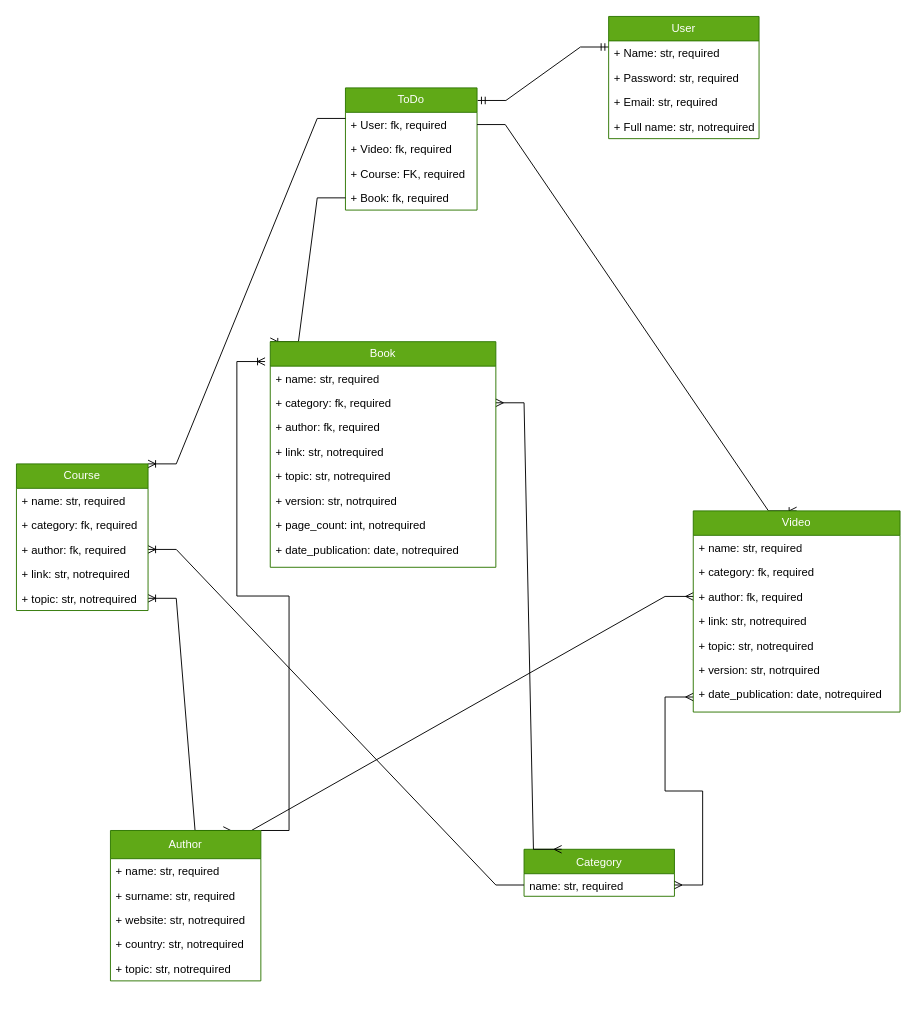
Pawelooo/My-CRM keeps this draw.io diagram as Diagram/DiagramyProject.drawio. Above is the earlier version. Source tidied: cells renumbered, new cells numbered last; positions are measured from the earlier drawing's top-left corner, leaving out a move shared by most shapes. Both pictures are drawn from the tidied source at 94%, with x=0, y=0 at pixel (16, 16).
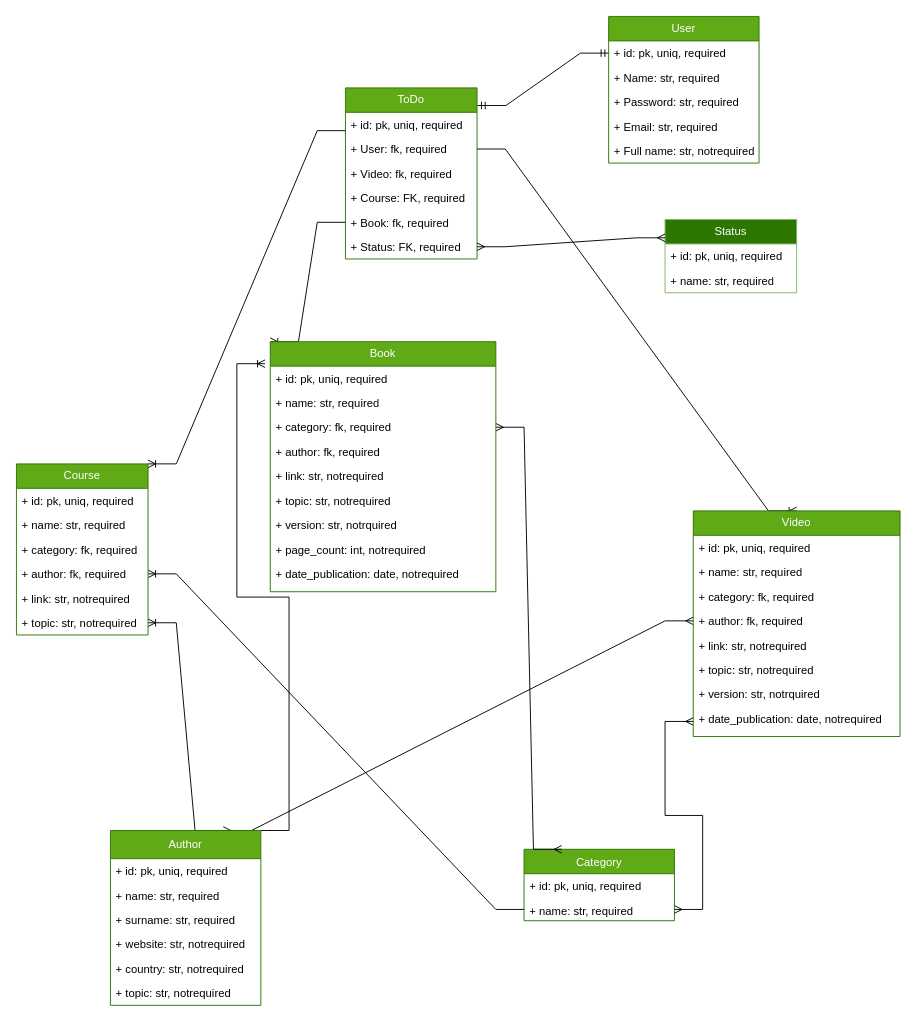
The same diagram, later.

Commit message (it also covers changes not shown here):
#5 business model for domain

Diff of the diagram source:
```diff
@@
     <mxCell id="2" value="Category" style="swimlane;fontStyle=0;align=center;verticalAlign=top;horizontal=1;startSize=26;rounded=0;shadow=0;strokeWidth=1;fillColor=#60a917;fontColor=#ffffff;strokeColor=#2D7600;" parent="1" vertex="1">
-      <mxGeometry x="540" y="886" width="160" height="50" as="geometry" />
+      <mxGeometry x="540" y="886" width="160" height="76" as="geometry" />
     </mxCell>
+    <mxCell id="53" value="+ id: pk, uniq, required" style="text;strokeColor=none;fillColor=none;align=left;verticalAlign=top;spacingLeft=4;spacingRight=4;overflow=hidden;whiteSpace=wrap;html=1;" parent="2" vertex="1">
+      <mxGeometry y="26" width="160" height="26" as="geometry" />
+    </mxCell>
-    <mxCell id="3" value="name: str, required&#10;" style="text;align=left;verticalAlign=top;spacingLeft=4;spacingRight=4;overflow=hidden;points=[[0,0.5],[1,0.5]];portConstraint=eastwest;" parent="2" vertex="1">
-      <mxGeometry y="26" width="160" height="24" as="geometry" />
+    <mxCell id="3" value="+ name: str, required&#10;" style="text;align=left;verticalAlign=top;spacingLeft=4;spacingRight=4;overflow=hidden;points=[[0,0.5],[1,0.5]];portConstraint=eastwest;" parent="2" vertex="1">
+      <mxGeometry y="52" width="160" height="24" as="geometry" />
     </mxCell>
@@
     <mxCell id="10" value="ToDo" style="swimlane;fontStyle=0;horizontal=1;startSize=26;fillColor=#60a917;whiteSpace=wrap;html=1;fontColor=#ffffff;strokeColor=#2D7600;" parent="1" vertex="1">
-      <mxGeometry x="350" y="76" width="140" height="130" as="geometry" />
+      <mxGeometry x="350" y="76" width="140" height="182" as="geometry" />
     </mxCell>
+    <mxCell id="54" value="+ id: pk, uniq, required" style="text;strokeColor=none;fillColor=none;align=left;verticalAlign=top;spacingLeft=4;spacingRight=4;overflow=hidden;whiteSpace=wrap;html=1;" parent="10" vertex="1">
+      <mxGeometry y="26" width="140" height="26" as="geometry" />
+    </mxCell>
     <mxCell id="11" value="+ User: fk, required" style="text;strokeColor=none;fillColor=none;align=left;verticalAlign=top;spacingLeft=4;spacingRight=4;overflow=hidden;points=[[0,0.5],[1,0.5]];portConstraint=eastwest;whiteSpace=wrap;html=1;" parent="10" vertex="1">
-      <mxGeometry y="26" width="140" height="26" as="geometry" />
+      <mxGeometry y="52" width="140" height="26" as="geometry" />
     </mxCell>
     <mxCell id="12" value="+ Video: fk, required" style="text;strokeColor=none;fillColor=none;align=left;verticalAlign=top;spacingLeft=4;spacingRight=4;overflow=hidden;whiteSpace=wrap;html=1;" parent="10" vertex="1">
-      <mxGeometry y="52" width="140" height="26" as="geometry" />
+      <mxGeometry y="78" width="140" height="26" as="geometry" />
     </mxCell>
     <mxCell id="13" value="+ Course: FK, required" style="text;strokeColor=none;fillColor=none;align=left;verticalAlign=top;spacingLeft=4;spacingRight=4;overflow=hidden;whiteSpace=wrap;html=1;" parent="10" vertex="1">
-      <mxGeometry y="78" width="140" height="26" as="geometry" />
+      <mxGeometry y="104" width="140" height="26" as="geometry" />
     </mxCell>
     <mxCell id="14" value="+ Book: fk, required" style="text;strokeColor=none;fillColor=none;align=left;verticalAlign=top;spacingLeft=4;spacingRight=4;overflow=hidden;points=[[0,0.5],[1,0.5]];portConstraint=eastwest;whiteSpace=wrap;html=1;" parent="10" vertex="1">
-      <mxGeometry y="104" width="140" height="26" as="geometry" />
+      <mxGeometry y="130" width="140" height="26" as="geometry" />
     </mxCell>
+    <mxCell id="55" value="+ Status: FK, required" style="text;strokeColor=none;fillColor=none;align=left;verticalAlign=top;spacingLeft=4;spacingRight=4;overflow=hidden;points=[[0,0.5],[1,0.5]];portConstraint=eastwest;whiteSpace=wrap;html=1;" parent="10" vertex="1">
+      <mxGeometry y="156" width="140" height="26" as="geometry" />
+    </mxCell>
@@
     <mxCell id="16" value="User" style="swimlane;fontStyle=0;horizontal=1;startSize=26;fillColor=#60a917;whiteSpace=wrap;html=1;fontColor=#ffffff;strokeColor=#2D7600;" parent="1" vertex="1">
-      <mxGeometry x="630" width="160" height="130" as="geometry" />
+      <mxGeometry x="630" width="160" height="156" as="geometry" />
     </mxCell>
+    <mxCell id="56" value="+ id: pk, uniq, required" style="text;strokeColor=none;fillColor=none;align=left;verticalAlign=top;spacingLeft=4;spacingRight=4;overflow=hidden;whiteSpace=wrap;html=1;" parent="16" vertex="1">
+      <mxGeometry y="26" width="160" height="26" as="geometry" />
+    </mxCell>
     <mxCell id="17" value="+ Name: str, required" style="text;strokeColor=none;fillColor=none;align=left;verticalAlign=top;spacingLeft=4;spacingRight=4;overflow=hidden;whiteSpace=wrap;html=1;" parent="16" vertex="1">
-      <mxGeometry y="26" width="160" height="26" as="geometry" />
+      <mxGeometry y="52" width="160" height="26" as="geometry" />
     </mxCell>
     <mxCell id="18" value="+ Password: str, required" style="text;strokeColor=none;fillColor=none;align=left;verticalAlign=top;spacingLeft=4;spacingRight=4;overflow=hidden;whiteSpace=wrap;html=1;" parent="16" vertex="1">
-      <mxGeometry y="52" width="160" height="26" as="geometry" />
+      <mxGeometry y="78" width="160" height="26" as="geometry" />
     </mxCell>
     <mxCell id="19" value="+ Email: str, required" style="text;strokeColor=none;fillColor=none;align=left;verticalAlign=top;spacingLeft=4;spacingRight=4;overflow=hidden;whiteSpace=wrap;html=1;" parent="16" vertex="1">
-      <mxGeometry y="78" width="160" height="26" as="geometry" />
+      <mxGeometry y="104" width="160" height="26" as="geometry" />
     </mxCell>
     <mxCell id="20" value="+ Full name: str, notrequired" style="text;strokeColor=none;fillColor=none;align=left;verticalAlign=top;spacingLeft=4;spacingRight=4;overflow=hidden;whiteSpace=wrap;html=1;" parent="16" vertex="1">
-      <mxGeometry y="104" width="160" height="26" as="geometry" />
+      <mxGeometry y="130" width="160" height="26" as="geometry" />
     </mxCell>
@@
     <mxCell id="24" value="Course" style="swimlane;fontStyle=0;horizontal=1;startSize=26;fillColor=#60a917;whiteSpace=wrap;html=1;fontColor=#ffffff;strokeColor=#2D7600;" parent="1" vertex="1">
-      <mxGeometry y="476" width="140" height="156" as="geometry" />
+      <mxGeometry y="476" width="140" height="182" as="geometry" />
     </mxCell>
+    <mxCell id="57" value="+ id: pk, uniq, required" style="text;strokeColor=none;fillColor=none;align=left;verticalAlign=top;spacingLeft=4;spacingRight=4;overflow=hidden;whiteSpace=wrap;html=1;" parent="24" vertex="1">
+      <mxGeometry y="26" width="140" height="26" as="geometry" />
+    </mxCell>
     <mxCell id="25" value="+ name: str, required" style="text;strokeColor=none;fillColor=none;align=left;verticalAlign=top;spacingLeft=4;spacingRight=4;overflow=hidden;whiteSpace=wrap;html=1;" parent="24" vertex="1">
-      <mxGeometry y="26" width="140" height="26" as="geometry" />
+      <mxGeometry y="52" width="140" height="26" as="geometry" />
     </mxCell>
     <mxCell id="26" value="+ category: fk, required" style="text;strokeColor=none;fillColor=none;align=left;verticalAlign=top;spacingLeft=4;spacingRight=4;overflow=hidden;whiteSpace=wrap;html=1;" parent="24" vertex="1">
-      <mxGeometry y="52" width="140" height="26" as="geometry" />
+      <mxGeometry y="78" width="140" height="26" as="geometry" />
     </mxCell>
     <mxCell id="27" value="+ author: fk, required" style="text;strokeColor=none;fillColor=none;align=left;verticalAlign=top;spacingLeft=4;spacingRight=4;overflow=hidden;points=[[0,0.5],[1,0.5]];portConstraint=eastwest;whiteSpace=wrap;html=1;" parent="24" vertex="1">
-      <mxGeometry y="78" width="140" height="26" as="geometry" />
+      <mxGeometry y="104" width="140" height="26" as="geometry" />
     </mxCell>
     <mxCell id="28" value="+ link: str, notrequired" style="text;strokeColor=none;fillColor=none;align=left;verticalAlign=top;spacingLeft=4;spacingRight=4;overflow=hidden;whiteSpace=wrap;html=1;" parent="24" vertex="1">
-      <mxGeometry y="104" width="140" height="26" as="geometry" />
+      <mxGeometry y="130" width="140" height="26" as="geometry" />
     </mxCell>
     <mxCell id="29" value="+ topic: str, notrequired" style="text;strokeColor=none;fillColor=none;align=left;verticalAlign=top;spacingLeft=4;spacingRight=4;overflow=hidden;points=[[0,0.5],[1,0.5]];portConstraint=eastwest;whiteSpace=wrap;html=1;" parent="24" vertex="1">
-      <mxGeometry y="130" width="140" height="26" as="geometry" />
+      <mxGeometry y="156" width="140" height="26" as="geometry" />
     </mxCell>
     <mxCell id="30" value="Book" style="swimlane;fontStyle=0;horizontal=1;startSize=26;fillColor=#60a917;whiteSpace=wrap;html=1;fontColor=#ffffff;strokeColor=#2D7600;" parent="1" vertex="1">
-      <mxGeometry x="270" y="346" width="240" height="240" as="geometry" />
+      <mxGeometry x="270" y="346" width="240" height="266" as="geometry" />
     </mxCell>
+    <mxCell id="58" value="+ id: pk, uniq, required" style="text;strokeColor=none;fillColor=none;align=left;verticalAlign=top;spacingLeft=4;spacingRight=4;overflow=hidden;whiteSpace=wrap;html=1;" parent="30" vertex="1">
+      <mxGeometry y="26" width="240" height="26" as="geometry" />
+    </mxCell>
     <mxCell id="31" value="+ name: str, required" style="text;strokeColor=none;fillColor=none;align=left;verticalAlign=top;spacingLeft=4;spacingRight=4;overflow=hidden;whiteSpace=wrap;html=1;" parent="30" vertex="1">
-      <mxGeometry y="26" width="240" height="26" as="geometry" />
+      <mxGeometry y="52" width="240" height="26" as="geometry" />
     </mxCell>
     <mxCell id="32" value="+ category: fk, required" style="text;strokeColor=none;fillColor=none;align=left;verticalAlign=top;spacingLeft=4;spacingRight=4;overflow=hidden;points=[[0,0.5],[1,0.5]];portConstraint=eastwest;whiteSpace=wrap;html=1;" parent="30" vertex="1">
-      <mxGeometry y="52" width="240" height="26" as="geometry" />
+      <mxGeometry y="78" width="240" height="26" as="geometry" />
     </mxCell>
     <mxCell id="33" value="+ author: fk, required" style="text;strokeColor=none;fillColor=none;align=left;verticalAlign=top;spacingLeft=4;spacingRight=4;overflow=hidden;whiteSpace=wrap;html=1;" parent="30" vertex="1">
-      <mxGeometry y="78" width="240" height="26" as="geometry" />
+      <mxGeometry y="104" width="240" height="26" as="geometry" />
     </mxCell>
     <mxCell id="34" value="+ link: str, notrequired" style="text;strokeColor=none;fillColor=none;align=left;verticalAlign=top;spacingLeft=4;spacingRight=4;overflow=hidden;whiteSpace=wrap;html=1;" parent="30" vertex="1">
-      <mxGeometry y="104" width="240" height="26" as="geometry" />
+      <mxGeometry y="130" width="240" height="26" as="geometry" />
     </mxCell>
     <mxCell id="35" value="+ topic: str, notrequired" style="text;strokeColor=none;fillColor=none;align=left;verticalAlign=top;spacingLeft=4;spacingRight=4;overflow=hidden;whiteSpace=wrap;html=1;" parent="30" vertex="1">
-      <mxGeometry y="130" width="240" height="26" as="geometry" />
+      <mxGeometry y="156" width="240" height="26" as="geometry" />
     </mxCell>
     <mxCell id="36" value="+ version: str, notrquired" style="text;strokeColor=none;fillColor=none;align=left;verticalAlign=top;spacingLeft=4;spacingRight=4;overflow=hidden;whiteSpace=wrap;html=1;" parent="30" vertex="1">
-      <mxGeometry y="156" width="240" height="26" as="geometry" />
+      <mxGeometry y="182" width="240" height="26" as="geometry" />
     </mxCell>
     <mxCell id="37" value="+ page_count: int, notrequired" style="text;strokeColor=none;fillColor=none;align=left;verticalAlign=top;spacingLeft=4;spacingRight=4;overflow=hidden;whiteSpace=wrap;html=1;" parent="30" vertex="1">
-      <mxGeometry y="182" width="240" height="26" as="geometry" />
+      <mxGeometry y="208" width="240" height="26" as="geometry" />
     </mxCell>
     <mxCell id="38" value="+ date_publication: date, notrequired" style="text;strokeColor=none;fillColor=none;align=left;verticalAlign=top;spacingLeft=4;spacingRight=4;overflow=hidden;whiteSpace=wrap;html=1;" parent="30" vertex="1">
-      <mxGeometry y="208" width="240" height="32" as="geometry" />
+      <mxGeometry y="234" width="240" height="32" as="geometry" />
     </mxCell>
     <mxCell id="39" value="Video" style="swimlane;fontStyle=0;horizontal=1;startSize=26;fillColor=#60a917;whiteSpace=wrap;html=1;fontColor=#ffffff;strokeColor=#2D7600;" parent="1" vertex="1">
-      <mxGeometry x="720" y="526" width="220" height="214" as="geometry" />
+      <mxGeometry x="720" y="526" width="220" height="240" as="geometry" />
     </mxCell>
+    <mxCell id="59" value="+ id: pk, uniq, required" style="text;strokeColor=none;fillColor=none;align=left;verticalAlign=top;spacingLeft=4;spacingRight=4;overflow=hidden;whiteSpace=wrap;html=1;" parent="39" vertex="1">
+      <mxGeometry y="26" width="220" height="26" as="geometry" />
+    </mxCell>
     <mxCell id="40" value="+ name: str, required" style="text;strokeColor=none;fillColor=none;align=left;verticalAlign=top;spacingLeft=4;spacingRight=4;overflow=hidden;whiteSpace=wrap;html=1;" parent="39" vertex="1">
-      <mxGeometry y="26" width="220" height="26" as="geometry" />
+      <mxGeometry y="52" width="220" height="26" as="geometry" />
     </mxCell>
     <mxCell id="41" value="+ category: fk, required" style="text;strokeColor=none;fillColor=none;align=left;verticalAlign=top;spacingLeft=4;spacingRight=4;overflow=hidden;whiteSpace=wrap;html=1;" parent="39" vertex="1">
-      <mxGeometry y="52" width="220" height="26" as="geometry" />
+      <mxGeometry y="78" width="220" height="26" as="geometry" />
     </mxCell>
     <mxCell id="42" value="+ author: fk, required" style="text;strokeColor=none;fillColor=none;align=left;verticalAlign=top;spacingLeft=4;spacingRight=4;overflow=hidden;points=[[0,0.5],[1,0.5]];portConstraint=eastwest;whiteSpace=wrap;html=1;" parent="39" vertex="1">
-      <mxGeometry y="78" width="220" height="26" as="geometry" />
+      <mxGeometry y="104" width="220" height="26" as="geometry" />
     </mxCell>
     <mxCell id="43" value="+ link: str, notrequired" style="text;strokeColor=none;fillColor=none;align=left;verticalAlign=top;spacingLeft=4;spacingRight=4;overflow=hidden;whiteSpace=wrap;html=1;" parent="39" vertex="1">
-      <mxGeometry y="104" width="220" height="26" as="geometry" />
+      <mxGeometry y="130" width="220" height="26" as="geometry" />
     </mxCell>
     <mxCell id="44" value="+ topic: str, notrequired" style="text;strokeColor=none;fillColor=none;align=left;verticalAlign=top;spacingLeft=4;spacingRight=4;overflow=hidden;whiteSpace=wrap;html=1;" parent="39" vertex="1">
-      <mxGeometry y="130" width="220" height="26" as="geometry" />
+      <mxGeometry y="156" width="220" height="26" as="geometry" />
     </mxCell>
     <mxCell id="45" value="+ version: str, notrquired" style="text;strokeColor=none;fillColor=none;align=left;verticalAlign=top;spacingLeft=4;spacingRight=4;overflow=hidden;whiteSpace=wrap;html=1;" parent="39" vertex="1">
-      <mxGeometry y="156" width="220" height="26" as="geometry" />
+      <mxGeometry y="182" width="220" height="26" as="geometry" />
     </mxCell>
     <mxCell id="46" value="+ date_publication: date, notrequired" style="text;strokeColor=none;fillColor=none;align=left;verticalAlign=top;spacingLeft=4;spacingRight=4;overflow=hidden;points=[[0,0.5],[1,0.5]];portConstraint=eastwest;whiteSpace=wrap;html=1;" parent="39" vertex="1">
-      <mxGeometry y="182" width="220" height="32" as="geometry" />
+      <mxGeometry y="208" width="220" height="32" as="geometry" />
     </mxCell>
     <mxCell id="47" value="Author" style="swimlane;fontStyle=0;horizontal=1;startSize=30;fillColor=#60a917;whiteSpace=wrap;html=1;fontColor=#ffffff;strokeColor=#2D7600;" parent="1" vertex="1">
-      <mxGeometry x="100" y="866" width="160" height="160" as="geometry" />
+      <mxGeometry x="100" y="866" width="160" height="186" as="geometry" />
     </mxCell>
+    <mxCell id="60" value="+ id: pk, uniq, required" style="text;strokeColor=none;fillColor=none;align=left;verticalAlign=top;spacingLeft=4;spacingRight=4;overflow=hidden;whiteSpace=wrap;html=1;" parent="47" vertex="1">
+      <mxGeometry y="30" width="160" height="26" as="geometry" />
+    </mxCell>
     <mxCell id="48" value="+ name: str, required" style="text;strokeColor=none;fillColor=none;align=left;verticalAlign=top;spacingLeft=4;spacingRight=4;overflow=hidden;whiteSpace=wrap;html=1;" parent="47" vertex="1">
-      <mxGeometry y="30" width="160" height="26" as="geometry" />
+      <mxGeometry y="56" width="160" height="26" as="geometry" />
     </mxCell>
     <mxCell id="49" value="+ surname: str, required" style="text;strokeColor=none;fillColor=none;align=left;verticalAlign=top;spacingLeft=4;spacingRight=4;overflow=hidden;whiteSpace=wrap;html=1;" parent="47" vertex="1">
-      <mxGeometry y="56" width="160" height="26" as="geometry" />
+      <mxGeometry y="82" width="160" height="26" as="geometry" />
     </mxCell>
     <mxCell id="50" value="+ website: str, notrequired" style="text;strokeColor=none;fillColor=none;align=left;verticalAlign=top;spacingLeft=4;spacingRight=4;overflow=hidden;whiteSpace=wrap;html=1;" parent="47" vertex="1">
-      <mxGeometry y="82" width="160" height="26" as="geometry" />
+      <mxGeometry y="108" width="160" height="26" as="geometry" />
     </mxCell>
     <mxCell id="51" value="+ country: str, notrequired" style="text;strokeColor=none;fillColor=none;align=left;verticalAlign=top;spacingLeft=4;spacingRight=4;overflow=hidden;whiteSpace=wrap;html=1;" parent="47" vertex="1">
-      <mxGeometry y="108" width="160" height="26" as="geometry" />
+      <mxGeometry y="134" width="160" height="26" as="geometry" />
     </mxCell>
     <mxCell id="52" value="+ topic: str, notrequired" style="text;strokeColor=none;fillColor=none;align=left;verticalAlign=top;spacingLeft=4;spacingRight=4;overflow=hidden;whiteSpace=wrap;html=1;" parent="47" vertex="1">
-      <mxGeometry y="134" width="160" height="26" as="geometry" />
+      <mxGeometry y="160" width="160" height="26" as="geometry" />
     </mxCell>
+    <mxCell id="61" value="Status" style="swimlane;fontStyle=0;horizontal=1;startSize=26;fillColor=#2D7600;whiteSpace=wrap;html=1;strokeColor=#82b366;fontColor=#FFFFFF;" parent="1" vertex="1">
+      <mxGeometry x="690" y="216" width="140" height="78" as="geometry" />
+    </mxCell>
+    <mxCell id="62" value="+ id: pk, uniq, required" style="text;strokeColor=none;fillColor=none;align=left;verticalAlign=top;spacingLeft=4;spacingRight=4;overflow=hidden;whiteSpace=wrap;html=1;" parent="61" vertex="1">
+      <mxGeometry y="26" width="140" height="26" as="geometry" />
+    </mxCell>
+    <mxCell id="63" value="+ name: str, required" style="text;strokeColor=none;fillColor=none;align=left;verticalAlign=top;spacingLeft=4;spacingRight=4;overflow=hidden;whiteSpace=wrap;html=1;" parent="61" vertex="1">
+      <mxGeometry y="52" width="140" height="26" as="geometry" />
+    </mxCell>
+    <mxCell id="64" style="edgeStyle=entityRelationEdgeStyle;fontSize=12;html=1;endArrow=ERmany;startArrow=ERmany;rounded=0;entryX=0;entryY=0.25;entryDx=0;entryDy=0;exitX=1;exitY=0.5;exitDx=0;exitDy=0;" parent="1" edge="1" source="55" target="61">
+      <mxGeometry relative="1" as="geometry" />
+    </mxCell>
```
